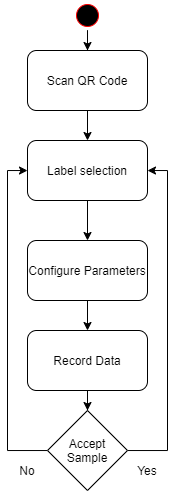
This is Requirements Specification/charts/flow2.png from PSE-TECO-2020-TEAM1/e2e-ml_docs, a draw.io export, as it was before one commit. Source tidied: cells renumbered, new cells last; positions are measured from the earlier drawing's top-left corner, leaving out a move shared by most shapes.
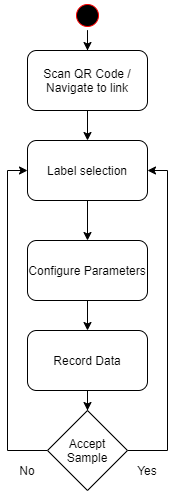
The same file after the commit.

What changed in the source:
```diff
@@ -11,7 +11,7 @@
     <mxCell id="4" style="edgeStyle=orthogonalEdgeStyle;rounded=0;jettySize=auto;html=1;" parent="1" edge="1" source="5" target="7">
       <mxGeometry relative="1" as="geometry" />
     </mxCell>
-    <mxCell id="5" value="Scan QR Code" style="rounded=1;whiteSpace=wrap;html=1;" parent="1" vertex="1">
+    <mxCell id="5" value="Scan QR Code /&lt;br&gt;Navigate to link" style="rounded=1;whiteSpace=wrap;html=1;" parent="1" vertex="1">
       <mxGeometry x="20" y="50" width="120" height="60" as="geometry" />
     </mxCell>
     <mxCell id="6" style="edgeStyle=orthogonalEdgeStyle;rounded=0;jettySize=auto;html=1;" parent="1" edge="1" source="7" target="9">
```
